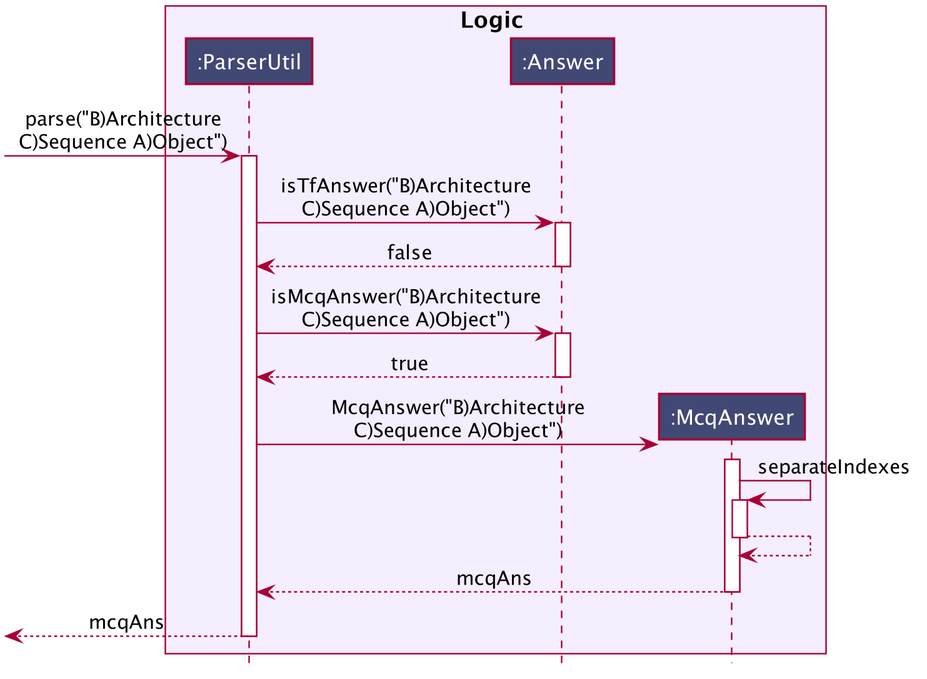
This is docs/images/ParserUtilMcqDiagram.png from sigmund-c/main, a PlantUML export, as it was before one commit.
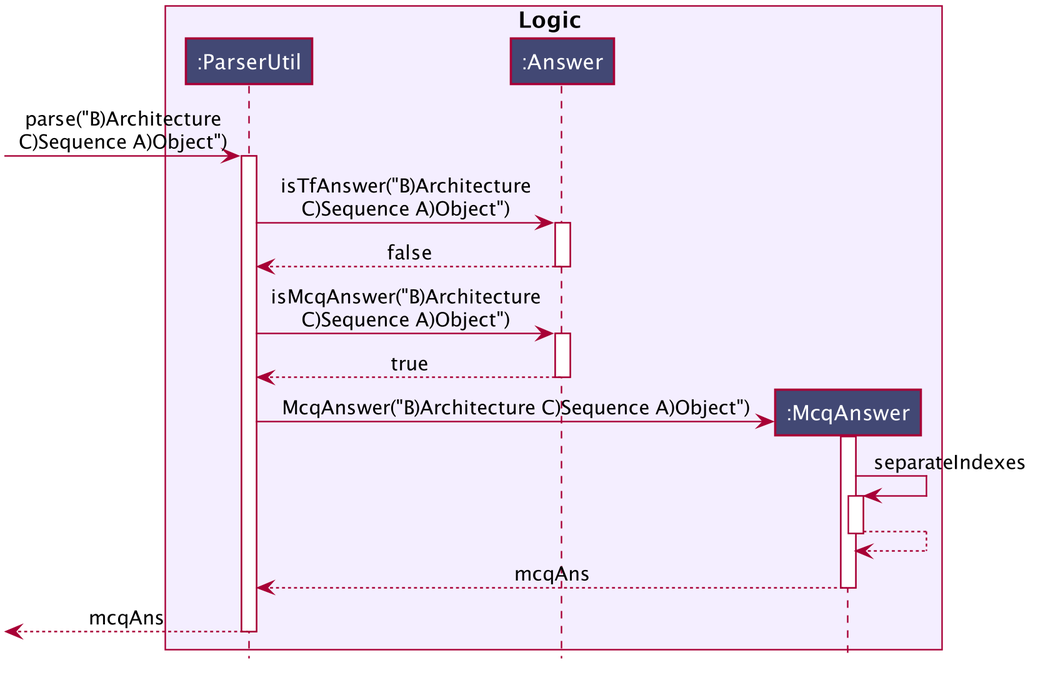
The same diagram one commit later.

Commit message:
Updated AddFlashcard Diagram

What changed in the source:
```diff
@@ -70,7 +70,7 @@
 deactivate Answer
 
 create McqAnswer
-ParserUtil -> McqAnswer : McqAnswer("B)Architecture\nC)Sequence A)Object")
+ParserUtil -> McqAnswer : McqAnswer("B)Architecture C)Sequence A)Object")
 activate McqAnswer
 
 McqAnswer -> McqAnswer : separateIndexes
```
